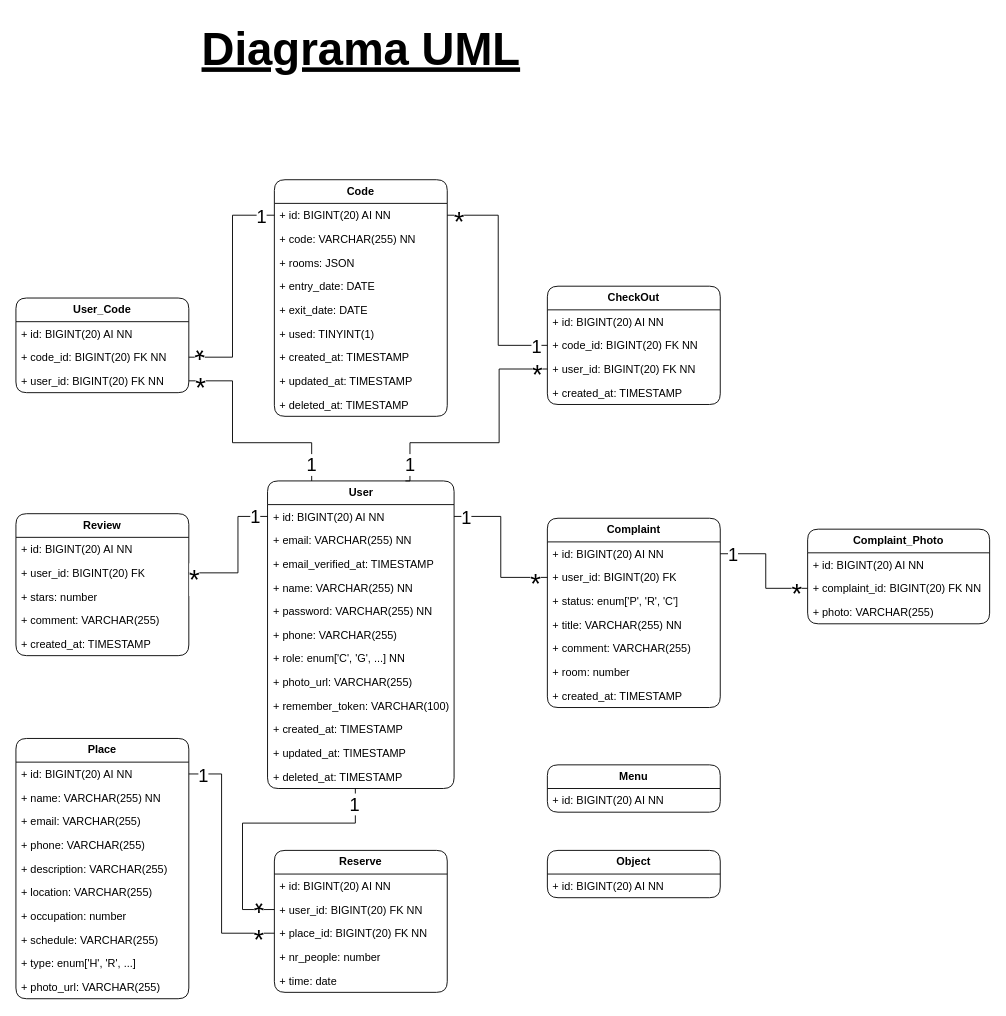
Above: page "Diagrama UML" (1 of 2) of HappyGuest.drawio in Happy-Guest/HG-Notes (draw.io), before the change. Source tidied: cells renumbered, new cells numbered last; positions are measured from the earlier drawing's top-left corner, leaving out a move shared by most shapes. Both pictures are drawn from the tidied source at 91%, with x=0, y=0 at pixel (15, 15).
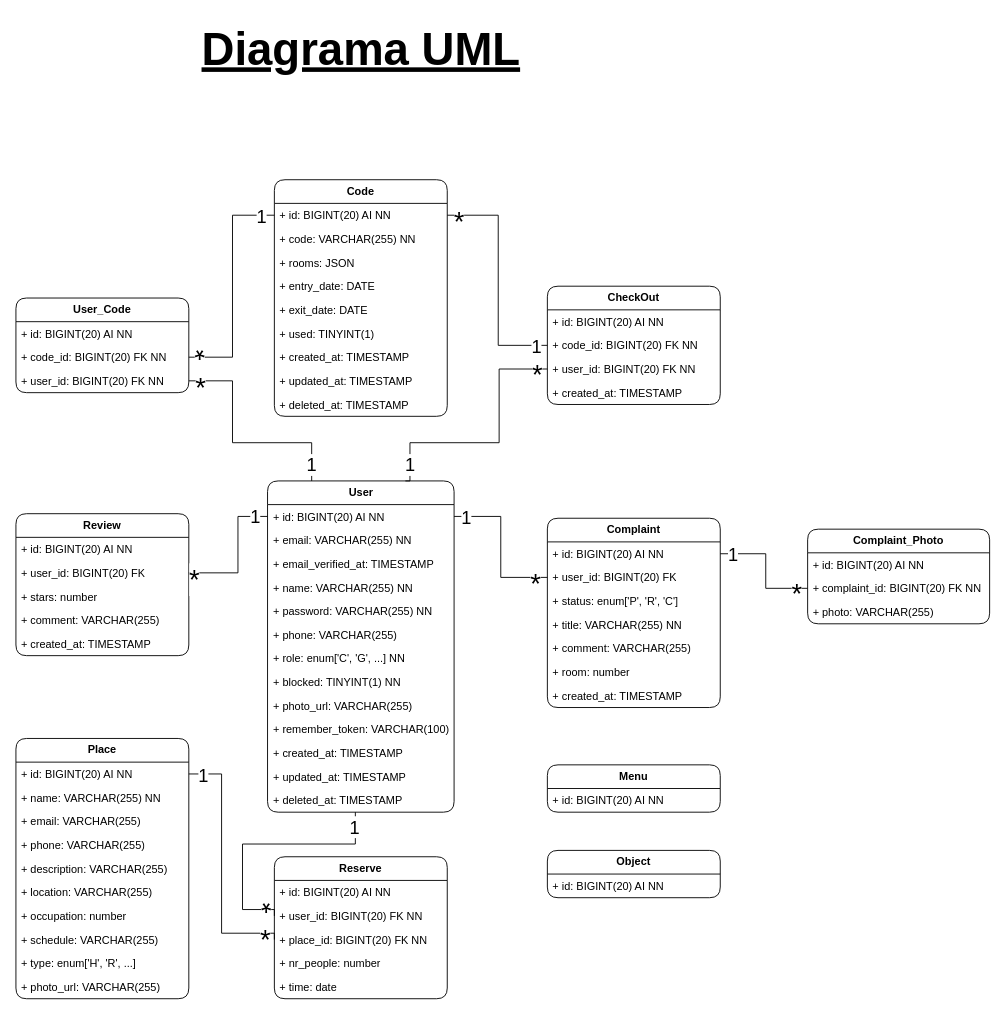
The same diagram, later.

Unchanged cells that the change refers to:
```xml
<mxCell id="66" value="+ user_id: BIGINT(20) FK NN" style="text;strokeColor=none;fillColor=none;align=left;verticalAlign=top;spacingLeft=4;spacingRight=4;overflow=hidden;points=[[0,0.5],[1,0.5]];portConstraint=eastwest;whiteSpace=wrap;html=1;" parent="64" vertex="1">
  <mxGeometry y="52" width="190" height="26" as="geometry" />
</mxCell>
```

Diff of the diagram source:
```diff
@@
     <mxCell id="2" value="&lt;b&gt;User&lt;/b&gt;" style="swimlane;fontStyle=0;horizontal=1;startSize=26;fillColor=none;whiteSpace=wrap;html=1;perimeterSpacing=0;rounded=1;" parent="1" vertex="1">
-      <mxGeometry x="276.5" y="511" width="205" height="338" as="geometry" />
+      <mxGeometry x="276.5" y="511" width="205" height="364" as="geometry" />
     </mxCell>
@@
+    <mxCell id="101" value="+ blocked: TINYINT(1) NN" style="text;strokeColor=none;fillColor=none;align=left;verticalAlign=top;spacingLeft=4;spacingRight=4;overflow=hidden;whiteSpace=wrap;html=1;" parent="2" vertex="1">
+      <mxGeometry y="208" width="205" height="26" as="geometry" />
+    </mxCell>
     <mxCell id="10" value="+ photo_url: VARCHAR(255)" style="text;strokeColor=none;fillColor=none;align=left;verticalAlign=top;spacingLeft=4;spacingRight=4;overflow=hidden;whiteSpace=wrap;html=1;" parent="2" vertex="1">
-      <mxGeometry y="208" width="205" height="26" as="geometry" />
+      <mxGeometry y="234" width="205" height="26" as="geometry" />
     </mxCell>
     <mxCell id="11" value="+ remember_token: VARCHAR(100)" style="text;strokeColor=none;fillColor=none;align=left;verticalAlign=top;spacingLeft=4;spacingRight=4;overflow=hidden;whiteSpace=wrap;html=1;" parent="2" vertex="1">
-      <mxGeometry y="234" width="205" height="26" as="geometry" />
+      <mxGeometry y="260" width="205" height="26" as="geometry" />
     </mxCell>
     <mxCell id="12" value="+ created_at: TIMESTAMP" style="text;strokeColor=none;fillColor=none;align=left;verticalAlign=top;spacingLeft=4;spacingRight=4;overflow=hidden;whiteSpace=wrap;html=1;" parent="2" vertex="1">
-      <mxGeometry y="260" width="205" height="26" as="geometry" />
+      <mxGeometry y="286" width="205" height="26" as="geometry" />
     </mxCell>
     <mxCell id="13" value="+ updated_at: TIMESTAMP" style="text;strokeColor=none;fillColor=none;align=left;verticalAlign=top;spacingLeft=4;spacingRight=4;overflow=hidden;whiteSpace=wrap;html=1;" parent="2" vertex="1">
-      <mxGeometry y="286" width="205" height="26" as="geometry" />
+      <mxGeometry y="312" width="205" height="26" as="geometry" />
     </mxCell>
     <mxCell id="14" value="+ deleted_at: TIMESTAMP" style="text;strokeColor=none;fillColor=none;align=left;verticalAlign=top;spacingLeft=4;spacingRight=4;overflow=hidden;points=[[0,0.5],[1,0.5]];portConstraint=eastwest;whiteSpace=wrap;html=1;" parent="2" vertex="1">
-      <mxGeometry y="312" width="205" height="26" as="geometry" />
+      <mxGeometry y="338" width="205" height="26" as="geometry" />
     </mxCell>
@@
     <mxCell id="64" value="&lt;b&gt;Reserve&lt;br&gt;&lt;/b&gt;" style="swimlane;fontStyle=0;horizontal=1;startSize=26;fillColor=none;whiteSpace=wrap;html=1;perimeterSpacing=0;rounded=1;" parent="1" vertex="1">
-      <mxGeometry x="284" y="917" width="190" height="156" as="geometry" />
+      <mxGeometry x="284" y="924" width="190" height="156" as="geometry" />
     </mxCell>
@@
     <mxCell id="73" style="edgeStyle=orthogonalEdgeStyle;rounded=0;jettySize=auto;html=1;endArrow=none;endFill=0;exitX=0;exitY=0.5;exitDx=0;exitDy=0;" parent="1" edge="1" source="66" target="14">
       <mxGeometry relative="1" as="geometry">
         <Array as="points">
+          <mxPoint x="284" y="982" />
           <mxPoint x="249" y="982" />
-          <mxPoint x="249" y="887" />
-          <mxPoint x="373" y="887" />
+          <mxPoint x="249" y="910" />
+          <mxPoint x="373" y="910" />
         </Array>
       </mxGeometry>
     </mxCell>
@@
     <mxCell id="89" value="&lt;font style=&quot;font-size: 20px;&quot;&gt;1&lt;/font&gt;" style="edgeLabel;html=1;align=center;verticalAlign=middle;" parent="1" vertex="1">
-      <mxGeometry x="346.5" y="775" as="geometry">
+      <mxGeometry x="346.5" y="800" as="geometry">
         <mxPoint x="25" y="90" as="offset" />
       </mxGeometry>
     </mxCell>
```
